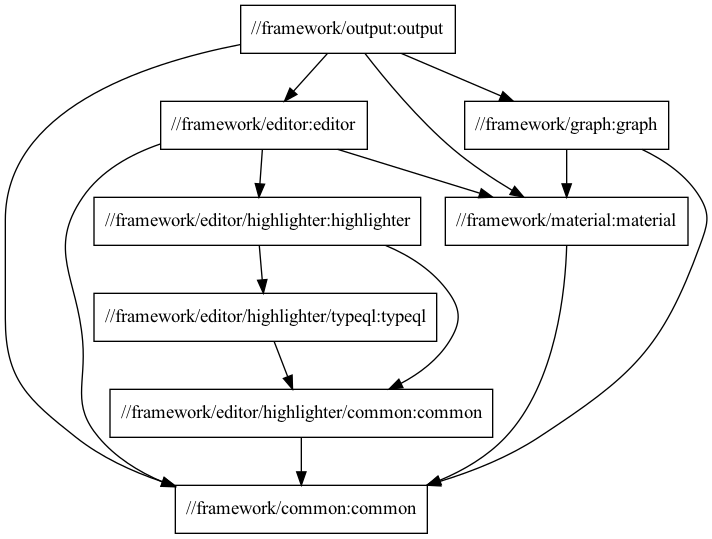
typedb/typedb-studio keeps this Graphviz diagram as docs/framework-package-structure.png. Above is the earlier version. Its source is kept beside it as docs/framework-package-structure.dot.
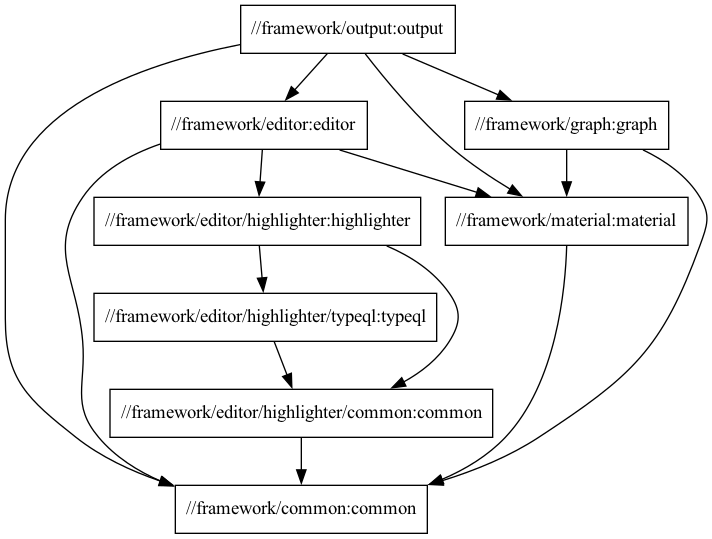
After the commit.

The edit, as a diff of the source:
```diff
@@ -5,15 +5,10 @@
   "//framework/output:output" -> "//framework/editor:editor"
   "//framework/output:output" -> "//framework/graph:graph"
   "//framework/output:output" -> "//framework/material:material"
-  "//framework/graph:graph"
-  "//framework/graph:graph" -> "//framework/common:common"
-  "//framework/graph:graph" -> "//framework/material:material"
   "//framework/editor:editor"
   "//framework/editor:editor" -> "//framework/common:common"
   "//framework/editor:editor" -> "//framework/editor/highlighter:highlighter"
   "//framework/editor:editor" -> "//framework/material:material"
-  "//framework/material:material"
-  "//framework/material:material" -> "//framework/common:common"
   "//framework/editor/highlighter:highlighter"
   "//framework/editor/highlighter:highlighter" -> "//framework/editor/highlighter/common:common"
   "//framework/editor/highlighter:highlighter" -> "//framework/editor/highlighter/typeql:typeql"
@@ -21,5 +16,10 @@
   "//framework/editor/highlighter/typeql:typeql" -> "//framework/editor/highlighter/common:common"
   "//framework/editor/highlighter/common:common"
   "//framework/editor/highlighter/common:common" -> "//framework/common:common"
+  "//framework/graph:graph"
+  "//framework/graph:graph" -> "//framework/common:common"
+  "//framework/graph:graph" -> "//framework/material:material"
+  "//framework/material:material"
+  "//framework/material:material" -> "//framework/common:common"
   "//framework/common:common"
 }
```
